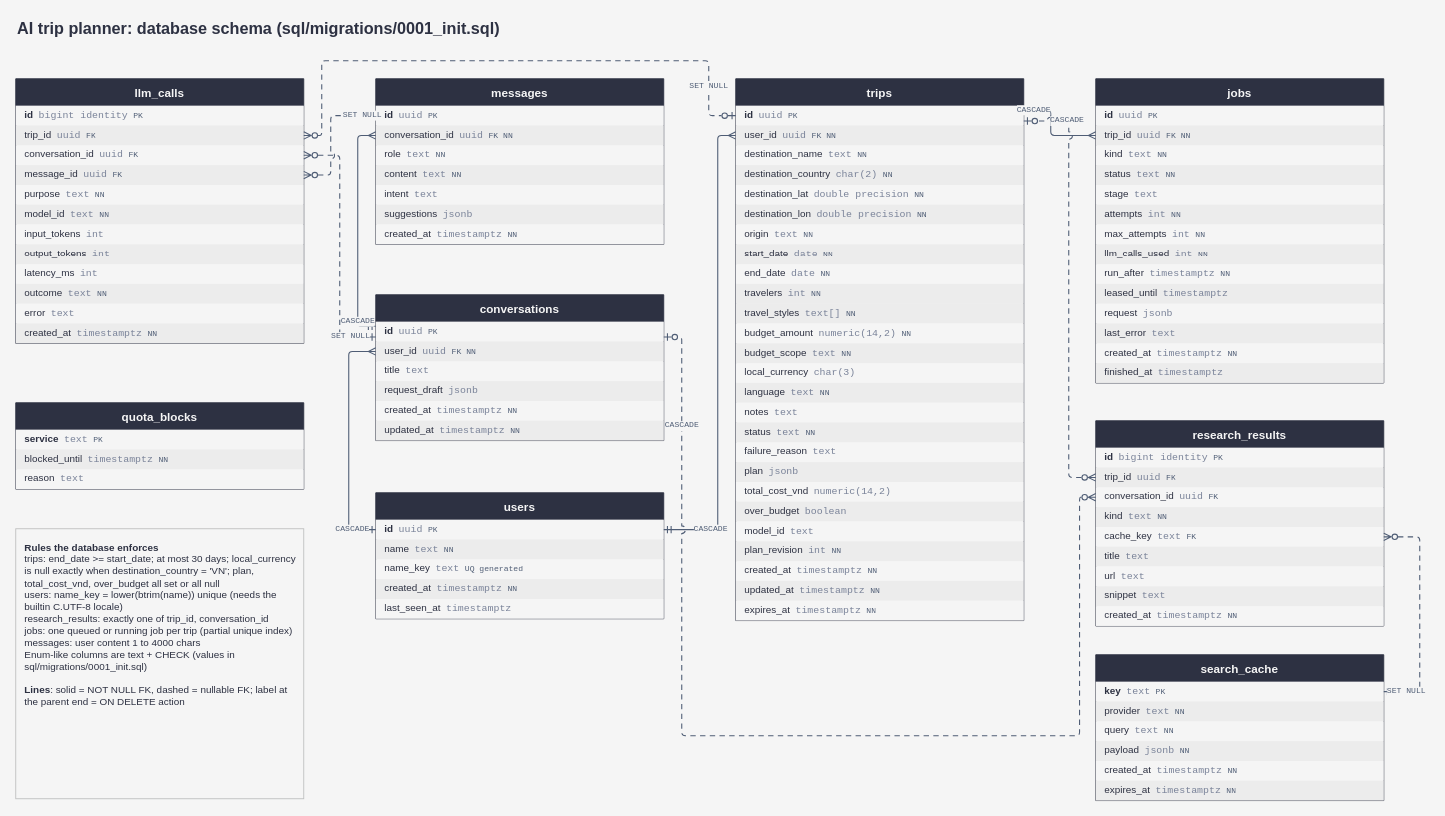
Before: docs/database-schema.drawio in DuySeu/ai-trip-planner, a draw.io diagram. Source tidied: cells renumbered, new cells numbered last; positions are measured from the earlier drawing's top-left corner, leaving out a move shared by most shapes. Both pictures are drawn from the tidied source at 90%, with x=0, y=0 at pixel (15, 15).
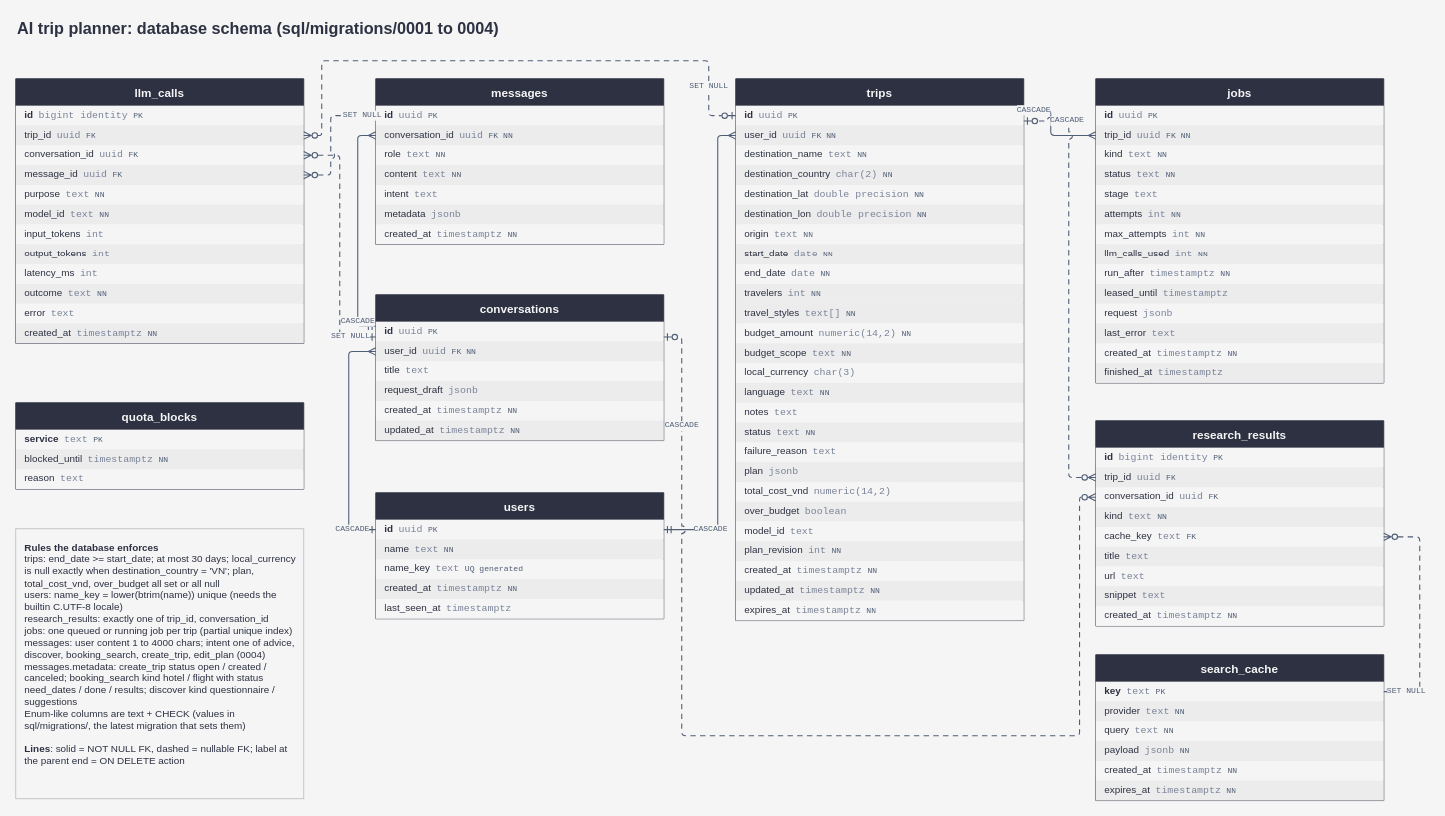
After the change.

Unchanged cells that the change refers to:
```xml
<mxCell id="42" value="messages" style="swimlane;fontStyle=1;horizontal=1;startSize=30;rounded=0;fontSize=13;fontColor=#f5f5f5;fillColor=#2d3142;strokeColor=#2d3142;swimlaneFillColor=#f5f5f5;fontFamily=Helvetica;" parent="1" vertex="1">
  <mxGeometry x="400" y="70" width="320" height="184" as="geometry" />
</mxCell>
```

The edit, as a diff of the source:
```diff
@@
-    <mxCell id="48" value="suggestions&amp;nbsp;&amp;nbsp;&lt;font face=&quot;Courier New&quot; color=&quot;#7a8399&quot;&gt;jsonb&lt;/font&gt;" style="text;html=1;align=left;verticalAlign=middle;spacingLeft=8;spacingRight=8;overflow=hidden;fontSize=11;fontColor=#2d3142;fillColor=#ececec;strokeColor=none;fontFamily=Helvetica;" parent="42" vertex="1">
-      <mxGeometry y="140" width="320" height="22" as="geometry" />
-    </mxCell>
+    <mxCell id="111" value="metadata&amp;nbsp;&amp;nbsp;&lt;font face=&quot;Courier New&quot; color=&quot;#7a8399&quot;&gt;jsonb&lt;/font&gt;" style="text;html=1;align=left;verticalAlign=middle;spacingLeft=8;spacingRight=8;overflow=hidden;fontSize=11;fontColor=#2d3142;fillColor=#ececec;strokeColor=none;fontFamily=Helvetica;" parent="42" vertex="1">
+      <mxGeometry y="140" width="320" height="22" as="geometry" />
+    </mxCell>
@@
-    <mxCell id="109" value="&lt;b&gt;Rules the database enforces&lt;/b&gt;&lt;br&gt;trips: end_date &amp;gt;= start_date; at most 30 days; local_currency is null exactly when destination_country = 'VN'; plan, total_cost_vnd, over_budget all set or all null&lt;br&gt;users: name_key = lower(btrim(name)) unique (needs the builtin C.UTF-8 locale)&lt;br&gt;research_results: exactly one of trip_id, conversation_id&lt;br&gt;jobs: one queued or running job per trip (partial unique index)&lt;br&gt;messages: user content 1 to 4000 chars&lt;br&gt;Enum-like columns are text + CHECK (values in sql/migrations/0001_init.sql)&lt;br&gt;&lt;br&gt;&lt;b&gt;Lines&lt;/b&gt;: solid = NOT NULL FK, dashed = nullable FK; label at the parent end = ON DELETE action" style="text;html=1;align=left;verticalAlign=top;whiteSpace=wrap;spacing=10;fontSize=11;fontColor=#2d3142;fillColor=#f5f5f5;strokeColor=#bfc0c0;rounded=0;fontFamily=Helvetica;" parent="1" vertex="1">
+    <mxCell id="109" value="&lt;b&gt;Rules the database enforces&lt;/b&gt;&lt;br&gt;trips: end_date &amp;gt;= start_date; at most 30 days; local_currency is null exactly when destination_country = 'VN'; plan, total_cost_vnd, over_budget all set or all null&lt;br&gt;users: name_key = lower(btrim(name)) unique (needs the builtin C.UTF-8 locale)&lt;br&gt;research_results: exactly one of trip_id, conversation_id&lt;br&gt;jobs: one queued or running job per trip (partial unique index)&lt;br&gt;messages: user content 1 to 4000 chars; intent one of advice, discover, booking_search, create_trip, edit_plan (0004)&lt;br&gt;messages.metadata: create_trip status open / created / canceled; booking_search kind hotel / flight with status need_dates / done / results; discover kind questionnaire / suggestions&lt;br&gt;Enum-like columns are text + CHECK (values in sql/migrations/, the latest migration that sets them)&lt;br&gt;&lt;br&gt;&lt;b&gt;Lines&lt;/b&gt;: solid = NOT NULL FK, dashed = nullable FK; label at the parent end = ON DELETE action" style="text;html=1;align=left;verticalAlign=top;whiteSpace=wrap;spacing=10;fontSize=11;fontColor=#2d3142;fillColor=#f5f5f5;strokeColor=#bfc0c0;rounded=0;fontFamily=Helvetica;" parent="1" vertex="1">
       <mxGeometry y="570" width="320" height="300" as="geometry" />
     </mxCell>
-    <mxCell id="110" value="AI trip planner: database schema (sql/migrations/0001_init.sql)" style="text;html=1;align=left;verticalAlign=middle;fontSize=18;fontStyle=1;fontColor=#2d3142;fontFamily=Helvetica;" parent="1" vertex="1">
+    <mxCell id="110" value="AI trip planner: database schema (sql/migrations/0001 to 0004)" style="text;html=1;align=left;verticalAlign=middle;fontSize=18;fontStyle=1;fontColor=#2d3142;fontFamily=Helvetica;" parent="1" vertex="1">
       <mxGeometry width="900" height="30" as="geometry" />
     </mxCell>
```
